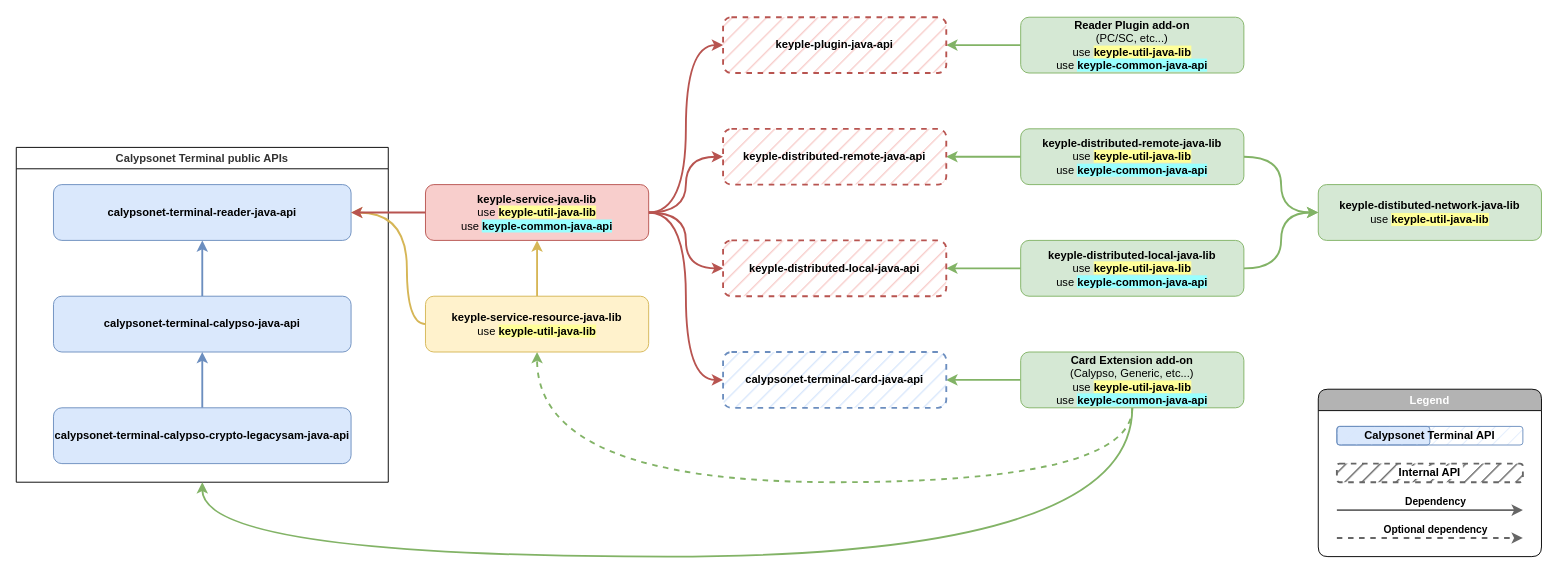
Above: static/media/learn/developer-guide/component-dependencies/component_dependencies_overview.drawio in eclipse-keyple/keyple-website (draw.io), before the change. Source tidied: cells renumbered, new cells numbered last; positions are measured from the earlier drawing's top-left corner, leaving out a move shared by most shapes. Both pictures are drawn from the tidied source at 93%, with x=0, y=0 at pixel (16, 17).
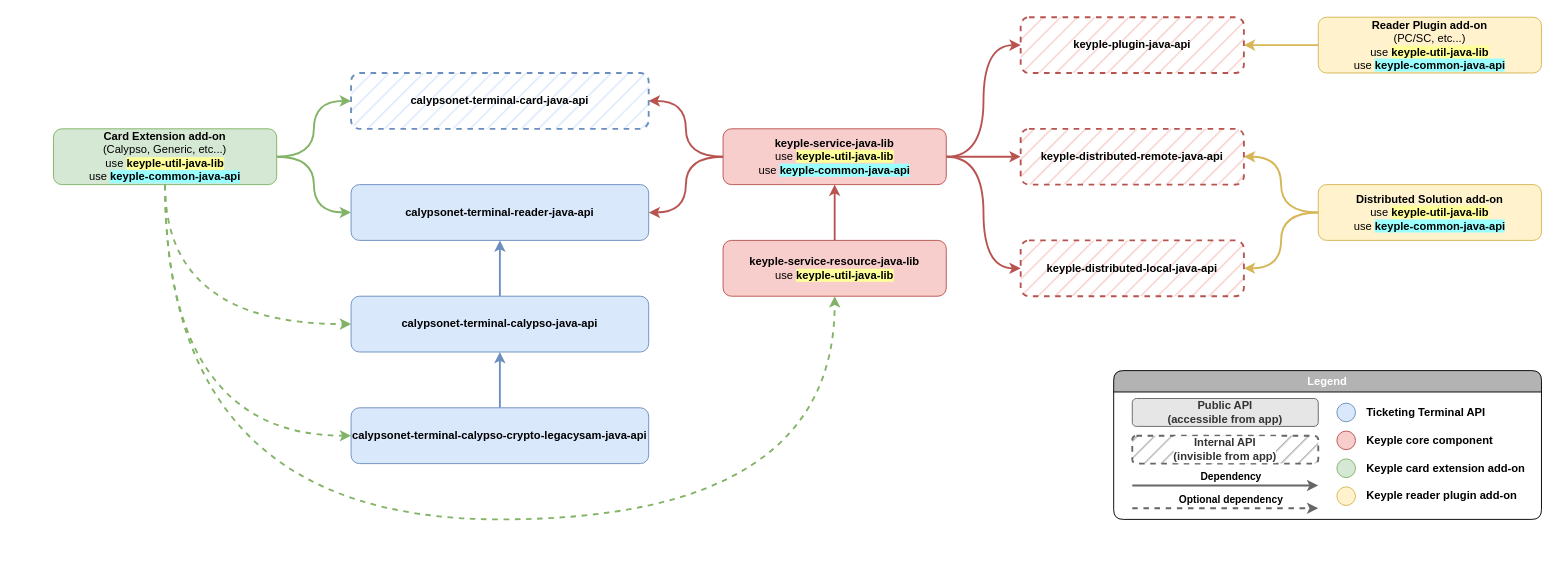
After the change.

Change to the diagram source:
```diff
@@
-    <mxCell id="2" value="Calypsonet Terminal public APIs" style="swimlane;whiteSpace=wrap;html=1;fillColor=none;fontColor=#333333;strokeColor=#000000;fillStyle=auto;swimlaneFillColor=none;" parent="1" vertex="1">
-      <mxGeometry y="140" width="400" height="360" as="geometry" />
-    </mxCell>
-    <mxCell id="3" style="edgeStyle=orthogonalEdgeStyle;rounded=0;orthogonalLoop=1;jettySize=auto;html=1;exitX=0;exitY=0.5;exitDx=0;exitDy=0;entryX=1;entryY=0.5;entryDx=0;entryDy=0;fillColor=#dae8fc;strokeColor=#6c8ebf;strokeWidth=2;" parent="2" edge="1">
-      <mxGeometry relative="1" as="geometry">
-        <mxPoint x="293" y="150" as="targetPoint" />
-      </mxGeometry>
-    </mxCell>
-    <mxCell id="4" style="edgeStyle=orthogonalEdgeStyle;orthogonalLoop=1;jettySize=auto;html=1;entryX=1;entryY=0.5;entryDx=0;entryDy=0;exitX=0.5;exitY=0;exitDx=0;exitDy=0;curved=1;fillColor=#dae8fc;strokeColor=#6c8ebf;strokeWidth=2;" parent="2" edge="1">
-      <mxGeometry relative="1" as="geometry">
-        <mxPoint x="136" y="70" as="targetPoint" />
-      </mxGeometry>
-    </mxCell>
-    <mxCell id="5" style="edgeStyle=orthogonalEdgeStyle;orthogonalLoop=1;jettySize=auto;html=1;entryX=0.75;entryY=1;entryDx=0;entryDy=0;curved=1;fillColor=#dae8fc;strokeColor=#6c8ebf;strokeWidth=2;" parent="2" edge="1">
-      <mxGeometry relative="1" as="geometry">
-        <mxPoint x="106" y="100" as="targetPoint" />
-      </mxGeometry>
-    </mxCell>
-    <mxCell id="6" value="calypsonet-terminal-reader-java-api" style="rounded=1;whiteSpace=wrap;html=1;fillColor=#dae8fc;strokeColor=#6c8ebf;fontStyle=1;" parent="2" vertex="1">
-      <mxGeometry x="40" y="40" width="320" height="60" as="geometry" />
-    </mxCell>
-    <mxCell id="7" style="edgeStyle=orthogonalEdgeStyle;curved=1;jettySize=auto;html=1;exitX=0.5;exitY=0;exitDx=0;exitDy=0;entryX=0.5;entryY=1;entryDx=0;entryDy=0;strokeWidth=2;fillColor=#dae8fc;strokeColor=#6c8ebf;" parent="2" edge="1" source="8" target="6">
-      <mxGeometry relative="1" as="geometry" />
-    </mxCell>
-    <mxCell id="8" value="calypsonet-terminal-calypso-java-api" style="rounded=1;whiteSpace=wrap;html=1;fillColor=#dae8fc;strokeColor=#6c8ebf;fontStyle=1;" parent="2" vertex="1">
-      <mxGeometry x="40" y="160" width="320" height="60" as="geometry" />
-    </mxCell>
-    <mxCell id="9" style="edgeStyle=orthogonalEdgeStyle;curved=1;jettySize=auto;html=1;exitX=0.5;exitY=0;exitDx=0;exitDy=0;entryX=0.5;entryY=1;entryDx=0;entryDy=0;strokeWidth=2;fillColor=#dae8fc;strokeColor=#6c8ebf;" parent="2" edge="1" source="10" target="8">
-      <mxGeometry relative="1" as="geometry" />
-    </mxCell>
-    <mxCell id="10" value="calypsonet-terminal-calypso-crypto-legacysam-java-api" style="rounded=1;whiteSpace=wrap;html=1;fillColor=#dae8fc;strokeColor=#6c8ebf;fontStyle=1;" parent="2" vertex="1">
-      <mxGeometry x="40" y="280" width="320" height="60" as="geometry" />
-    </mxCell>
-    <mxCell id="11" style="edgeStyle=orthogonalEdgeStyle;curved=1;jettySize=auto;html=1;exitX=0;exitY=0.5;exitDx=0;exitDy=0;entryX=1;entryY=0.5;entryDx=0;entryDy=0;strokeWidth=2;fillColor=#d5e8d4;strokeColor=#82b366;" parent="1" edge="1" source="12" target="34">
+    <mxCell id="11" style="edgeStyle=orthogonalEdgeStyle;curved=1;jettySize=auto;html=1;exitX=0;exitY=0.5;exitDx=0;exitDy=0;entryX=1;entryY=0.5;entryDx=0;entryDy=0;strokeWidth=2;fillColor=#fff2cc;strokeColor=#d6b656;" parent="1" edge="1" source="12" target="34">
       <mxGeometry relative="1" as="geometry" />
     </mxCell>
-    <mxCell id="12" value="&lt;b&gt;Reader Plugin add-on&lt;/b&gt;&lt;br&gt;(PC/SC, etc...)&lt;br&gt;use &lt;b style=&quot;background-color: rgb(255, 255, 153);&quot;&gt;keyple-util-java-lib&lt;/b&gt;&lt;br&gt;use &lt;b style=&quot;background-color: rgb(153, 255, 255);&quot;&gt;keyple-common-java-api&lt;/b&gt;" style="rounded=1;whiteSpace=wrap;html=1;fillColor=#d5e8d4;strokeColor=#82b366;fontStyle=0;" parent="1" vertex="1">
-      <mxGeometry x="1080" width="240" height="60" as="geometry" />
+    <mxCell id="12" value="&lt;b&gt;Reader Plugin add-on&lt;/b&gt;&lt;br&gt;(PC/SC, etc...)&lt;br&gt;use &lt;b style=&quot;background-color: rgb(255, 255, 153);&quot;&gt;keyple-util-java-lib&lt;/b&gt;&lt;br&gt;use &lt;b style=&quot;background-color: rgb(153, 255, 255);&quot;&gt;keyple-common-java-api&lt;/b&gt;" style="rounded=1;whiteSpace=wrap;html=1;fillColor=#fff2cc;strokeColor=#d6b656;fontStyle=0;" parent="1" vertex="1">
+      <mxGeometry x="1400" width="240" height="60" as="geometry" />
     </mxCell>
-    <mxCell id="13" style="edgeStyle=orthogonalEdgeStyle;curved=1;jettySize=auto;html=1;exitX=0;exitY=0.5;exitDx=0;exitDy=0;entryX=1;entryY=0.5;entryDx=0;entryDy=0;strokeWidth=2;fillColor=#d5e8d4;strokeColor=#82b366;" parent="1" edge="1" source="16" target="33">
-      <mxGeometry relative="1" as="geometry" />
-    </mxCell>
-    <mxCell id="14" style="edgeStyle=orthogonalEdgeStyle;curved=1;jettySize=auto;html=1;exitX=0.5;exitY=1;exitDx=0;exitDy=0;entryX=0.5;entryY=1;entryDx=0;entryDy=0;strokeWidth=2;fillColor=#d5e8d4;strokeColor=#82b366;dashed=1;" parent="1" edge="1" source="16" target="19">
-      <mxGeometry relative="1" as="geometry">
-        <Array as="points">
-          <mxPoint x="1200" y="500" />
-          <mxPoint x="560" y="500" />
-        </Array>
-      </mxGeometry>
-    </mxCell>
-    <mxCell id="15" style="edgeStyle=orthogonalEdgeStyle;curved=1;jettySize=auto;html=1;exitX=0.5;exitY=1;exitDx=0;exitDy=0;entryX=0.5;entryY=1;entryDx=0;entryDy=0;strokeWidth=2;fillColor=#d5e8d4;strokeColor=#82b366;" parent="1" edge="1" source="16" target="2">
-      <mxGeometry relative="1" as="geometry">
-        <Array as="points">
-          <mxPoint x="1200" y="580" />
-          <mxPoint x="200" y="580" />
-        </Array>
-      </mxGeometry>
-    </mxCell>
-    <mxCell id="16" value="&lt;b&gt;Card Extension add-on&lt;/b&gt;&lt;br&gt;(Calypso, Generic, etc...)&lt;br&gt;use &lt;b style=&quot;background-color: rgb(255, 255, 153);&quot;&gt;keyple-util-java-lib&lt;/b&gt;&lt;br&gt;use &lt;b style=&quot;background-color: rgb(153, 255, 255);&quot;&gt;keyple-common-java-api&lt;/b&gt;" style="rounded=1;whiteSpace=wrap;html=1;fillColor=#d5e8d4;strokeColor=#82b366;fontStyle=0;" parent="1" vertex="1">
-      <mxGeometry x="1080" y="360" width="240" height="60" as="geometry" />
-    </mxCell>
-    <mxCell id="17" style="edgeStyle=orthogonalEdgeStyle;jettySize=auto;html=1;exitX=0.5;exitY=0;exitDx=0;exitDy=0;entryX=0.5;entryY=1;entryDx=0;entryDy=0;strokeWidth=2;fillColor=#fff2cc;strokeColor=#d6b656;curved=1;" parent="1" edge="1" source="19" target="25">
+    <mxCell id="17" style="edgeStyle=orthogonalEdgeStyle;jettySize=auto;html=1;exitX=0.5;exitY=0;exitDx=0;exitDy=0;entryX=0.5;entryY=1;entryDx=0;entryDy=0;strokeWidth=2;fillColor=#f8cecc;strokeColor=#b85450;curved=1;" parent="1" edge="1" source="19" target="25">
       <mxGeometry relative="1" as="geometry" />
     </mxCell>
-    <mxCell id="18" style="edgeStyle=orthogonalEdgeStyle;curved=1;jettySize=auto;html=1;exitX=0;exitY=0.5;exitDx=0;exitDy=0;entryX=1;entryY=0.5;entryDx=0;entryDy=0;strokeWidth=2;fillColor=#fff2cc;strokeColor=#d6b656;" parent="1" edge="1" source="19" target="6">
-      <mxGeometry relative="1" as="geometry">
-        <Array as="points">
-          <mxPoint x="420" y="330" />
-          <mxPoint x="420" y="210" />
-        </Array>
-      </mxGeometry>
-    </mxCell>
-    <mxCell id="19" value="&lt;b&gt;keyple-service-resource-java-lib&lt;/b&gt;&lt;br&gt;use &lt;b style=&quot;background-color: rgb(255, 255, 153);&quot;&gt;keyple-util-java-lib&lt;/b&gt;" style="rounded=1;whiteSpace=wrap;html=1;fillColor=#fff2cc;strokeColor=#d6b656;fontStyle=0;" parent="1" vertex="1">
-      <mxGeometry x="440" y="300" width="240" height="60" as="geometry" />
+    <mxCell id="19" value="&lt;b&gt;keyple-service-resource-java-lib&lt;/b&gt;&lt;br&gt;use &lt;b style=&quot;background-color: rgb(255, 255, 153);&quot;&gt;keyple-util-java-lib&lt;/b&gt;" style="rounded=1;whiteSpace=wrap;html=1;fillColor=#f8cecc;strokeColor=#b85450;fontStyle=0;" parent="1" vertex="1">
+      <mxGeometry x="760" y="240" width="240" height="60" as="geometry" />
     </mxCell>
-    <mxCell id="20" style="edgeStyle=orthogonalEdgeStyle;jettySize=auto;html=1;exitX=0;exitY=0.5;exitDx=0;exitDy=0;entryX=1;entryY=0.5;entryDx=0;entryDy=0;fillColor=#f8cecc;strokeColor=#b85450;strokeWidth=2;curved=1;" parent="1" edge="1" source="25" target="6">
-      <mxGeometry relative="1" as="geometry" />
-    </mxCell>
@@
-    <mxCell id="24" style="edgeStyle=orthogonalEdgeStyle;curved=1;jettySize=auto;html=1;exitX=1;exitY=0.5;exitDx=0;exitDy=0;entryX=0;entryY=0.5;entryDx=0;entryDy=0;strokeWidth=2;fillColor=#f8cecc;strokeColor=#b85450;" parent="1" edge="1" source="25" target="33">
+    <mxCell id="24" style="edgeStyle=orthogonalEdgeStyle;curved=1;jettySize=auto;html=1;exitX=0;exitY=0.5;exitDx=0;exitDy=0;entryX=1;entryY=0.5;entryDx=0;entryDy=0;strokeWidth=2;fillColor=#f8cecc;strokeColor=#b85450;" parent="1" edge="1" source="25" target="33">
       <mxGeometry relative="1" as="geometry" />
     </mxCell>
+    <mxCell id="20" style="edgeStyle=orthogonalEdgeStyle;curved=1;jettySize=auto;html=1;exitX=0;exitY=0.5;exitDx=0;exitDy=0;entryX=1;entryY=0.5;entryDx=0;entryDy=0;strokeWidth=2;fillColor=#f8cecc;strokeColor=#b85450;" parent="1" edge="1" source="25" target="6">
+      <mxGeometry relative="1" as="geometry" />
+    </mxCell>
     <mxCell id="25" value="&lt;b&gt;keyple-service-java-lib&lt;/b&gt;&lt;br&gt;use &lt;b style=&quot;background-color: rgb(255, 255, 153);&quot;&gt;keyple-util-java-lib&lt;/b&gt;&lt;br&gt;use &lt;b style=&quot;background-color: rgb(153, 255, 255);&quot;&gt;keyple-common-java-api&lt;/b&gt;" style="rounded=1;whiteSpace=wrap;html=1;fillColor=#f8cecc;strokeColor=#b85450;fontStyle=0;" parent="1" vertex="1">
-      <mxGeometry x="440" y="180" width="240" height="60" as="geometry" />
+      <mxGeometry x="760" y="120" width="240" height="60" as="geometry" />
     </mxCell>
-    <mxCell id="26" value="&lt;b&gt;keyple-distibuted-network-java-lib&lt;/b&gt;&lt;br&gt;use &lt;b style=&quot;background-color: rgb(255, 255, 153);&quot;&gt;keyple-util-java-lib&lt;/b&gt;" style="rounded=1;whiteSpace=wrap;html=1;fillColor=#d5e8d4;strokeColor=#82b366;fontStyle=0;" parent="1" vertex="1">
-      <mxGeometry x="1400" y="180" width="240" height="60" as="geometry" />
-    </mxCell>
-    <mxCell id="27" style="edgeStyle=orthogonalEdgeStyle;curved=1;jettySize=auto;html=1;exitX=0;exitY=0.5;exitDx=0;exitDy=0;entryX=1;entryY=0.5;entryDx=0;entryDy=0;strokeWidth=2;fillColor=#d5e8d4;strokeColor=#82b366;" parent="1" edge="1" source="29" target="36">
-      <mxGeometry relative="1" as="geometry" />
-    </mxCell>
-    <mxCell id="28" style="edgeStyle=orthogonalEdgeStyle;curved=1;jettySize=auto;html=1;exitX=1;exitY=0.5;exitDx=0;exitDy=0;entryX=0;entryY=0.5;entryDx=0;entryDy=0;strokeWidth=2;fillColor=#d5e8d4;strokeColor=#82b366;" parent="1" edge="1" source="29" target="26">
-      <mxGeometry relative="1" as="geometry" />
-    </mxCell>
-    <mxCell id="29" value="&lt;b&gt;keyple-distributed-local-java-lib&lt;/b&gt;&lt;br&gt;use &lt;b style=&quot;background-color: rgb(255, 255, 153);&quot;&gt;keyple-util-java-lib&lt;/b&gt;&lt;br&gt;use &lt;b style=&quot;background-color: rgb(153, 255, 255);&quot;&gt;keyple-common-java-api&lt;/b&gt;" style="rounded=1;whiteSpace=wrap;html=1;fillColor=#d5e8d4;strokeColor=#82b366;fontStyle=0;" parent="1" vertex="1">
-      <mxGeometry x="1080" y="240" width="240" height="60" as="geometry" />
-    </mxCell>
-    <mxCell id="30" style="edgeStyle=orthogonalEdgeStyle;curved=1;jettySize=auto;html=1;exitX=0;exitY=0.5;exitDx=0;exitDy=0;entryX=1;entryY=0.5;entryDx=0;entryDy=0;strokeWidth=2;fillColor=#d5e8d4;strokeColor=#82b366;" parent="1" edge="1" source="32" target="35">
+    <mxCell id="30" style="edgeStyle=orthogonalEdgeStyle;curved=1;jettySize=auto;html=1;exitX=0;exitY=0.5;exitDx=0;exitDy=0;entryX=1;entryY=0.5;entryDx=0;entryDy=0;strokeWidth=2;fillColor=#fff2cc;strokeColor=#d6b656;" parent="1" edge="1" source="32" target="35">
       <mxGeometry relative="1" as="geometry" />
     </mxCell>
-    <mxCell id="31" style="edgeStyle=orthogonalEdgeStyle;curved=1;jettySize=auto;html=1;exitX=1;exitY=0.5;exitDx=0;exitDy=0;entryX=0;entryY=0.5;entryDx=0;entryDy=0;strokeWidth=2;fillColor=#d5e8d4;strokeColor=#82b366;" parent="1" edge="1" source="32" target="26">
-      <mxGeometry relative="1" as="geometry" />
-    </mxCell>
+    <mxCell id="45" style="edgeStyle=orthogonalEdgeStyle;jettySize=auto;html=1;exitX=0;exitY=0.5;exitDx=0;exitDy=0;entryX=1;entryY=0.5;entryDx=0;entryDy=0;curved=1;fillColor=#fff2cc;strokeColor=#d6b656;strokeWidth=2;" parent="1" edge="1" source="32" target="36">
+      <mxGeometry relative="1" as="geometry" />
+    </mxCell>
-    <mxCell id="32" value="&lt;b&gt;keyple-distributed-remote-java-lib&lt;/b&gt;&lt;br&gt;use &lt;b style=&quot;background-color: rgb(255, 255, 153);&quot;&gt;keyple-util-java-lib&lt;/b&gt;&lt;br&gt;use &lt;b style=&quot;background-color: rgb(153, 255, 255);&quot;&gt;keyple-common-java-api&lt;/b&gt;" style="rounded=1;whiteSpace=wrap;html=1;fillColor=#d5e8d4;strokeColor=#82b366;fontStyle=0;" parent="1" vertex="1">
-      <mxGeometry x="1080" y="120" width="240" height="60" as="geometry" />
+    <mxCell id="32" value="&lt;b&gt;Distributed Solution add-on&lt;/b&gt;&lt;br&gt;use &lt;b style=&quot;background-color: rgb(255, 255, 153);&quot;&gt;keyple-util-java-lib&lt;/b&gt;&lt;br&gt;use &lt;b style=&quot;background-color: rgb(153, 255, 255);&quot;&gt;keyple-common-java-api&lt;/b&gt;" style="rounded=1;whiteSpace=wrap;html=1;fillColor=#fff2cc;strokeColor=#d6b656;fontStyle=0;" parent="1" vertex="1">
+      <mxGeometry x="1400" y="180" width="240" height="60" as="geometry" />
     </mxCell>
-    <mxCell id="33" value="calypsonet-terminal-card-java-api" style="rounded=1;whiteSpace=wrap;html=1;fillColor=#dae8fc;strokeColor=#6c8ebf;fontStyle=1;dashed=1;fillStyle=hatch;gradientColor=none;strokeWidth=2;" parent="1" vertex="1">
-      <mxGeometry x="760" y="360" width="240" height="60" as="geometry" />
-    </mxCell>
     <mxCell id="34" value="keyple-plugin-java-api" style="rounded=1;whiteSpace=wrap;html=1;fillColor=#f8cecc;strokeColor=#b85450;fontStyle=1;dashed=1;fillStyle=hatch;glass=0;shadow=0;perimeterSpacing=0;strokeWidth=2;" parent="1" vertex="1">
-      <mxGeometry x="760" width="240" height="60" as="geometry" />
+      <mxGeometry x="1080" width="240" height="60" as="geometry" />
     </mxCell>
     <mxCell id="35" value="keyple-distributed-remote-java-api" style="rounded=1;whiteSpace=wrap;html=1;fillColor=#f8cecc;strokeColor=#b85450;fontStyle=1;dashed=1;strokeWidth=2;fillStyle=hatch;" parent="1" vertex="1">
-      <mxGeometry x="760" y="120" width="240" height="60" as="geometry" />
+      <mxGeometry x="1080" y="120" width="240" height="60" as="geometry" />
     </mxCell>
     <mxCell id="36" value="keyple-distributed-local-java-api" style="rounded=1;whiteSpace=wrap;html=1;fillColor=#f8cecc;strokeColor=#b85450;fontStyle=1;dashed=1;strokeWidth=2;fillStyle=hatch;" parent="1" vertex="1">
-      <mxGeometry x="760" y="240" width="240" height="60" as="geometry" />
+      <mxGeometry x="1080" y="240" width="240" height="60" as="geometry" />
     </mxCell>
     <mxCell id="37" value="Legend" style="swimlane;whiteSpace=wrap;html=1;shadow=0;glass=0;labelBackgroundColor=#B3B3B3;fillStyle=auto;strokeWidth=1;fillColor=#B3B3B3;gradientColor=none;rounded=1;swimlaneFillColor=none;swimlaneLine=1;fontColor=#FFFFFF;" parent="1" vertex="1">
-      <mxGeometry x="1400" y="400" width="240" height="180" as="geometry" />
+      <mxGeometry x="1180" y="380" width="460" height="160" as="geometry" />
     </mxCell>
-    <mxCell id="38" style="rounded=1;whiteSpace=wrap;html=1;fillColor=#dae8fc;strokeColor=#6c8ebf;fontStyle=1;" parent="37" vertex="1">
-      <mxGeometry x="20" y="40" width="100" height="20" as="geometry" />
-    </mxCell>
-    <mxCell id="39" value="Calypsonet Terminal API" style="rounded=1;whiteSpace=wrap;html=1;fillColor=#dae8fc;strokeColor=#6c8ebf;fontStyle=1;strokeWidth=1;fillStyle=hatch;" parent="37" vertex="1">
-      <mxGeometry x="20" y="40" width="200" height="20" as="geometry" />
-    </mxCell>
     <mxCell id="40" style="endArrow=classic;html=1;strokeWidth=2;curved=1;strokeColor=#666666;" parent="37" edge="1">
       <mxGeometry relative="1" as="geometry">
-        <mxPoint x="20" y="130" as="sourcePoint" />
-        <mxPoint x="220" y="130" as="targetPoint" />
+        <mxPoint x="20" y="123.5" as="sourcePoint" />
+        <mxPoint x="220" y="123.5" as="targetPoint" />
       </mxGeometry>
     </mxCell>
@@
+    <mxCell id="46" value="Public API&lt;br&gt;(accessible from app)" style="rounded=1;whiteSpace=wrap;html=1;fillColor=#E6E6E6;strokeColor=#666666;fontStyle=1;strokeWidth=1;fillStyle=auto;fontColor=#333333;gradientColor=none;labelBackgroundColor=none;" parent="37" vertex="1">
+      <mxGeometry x="20" y="30" width="200" height="30" as="geometry" />
+    </mxCell>
+    <mxCell id="47" value="Internal API&lt;br&gt;(invisible from app)" style="rounded=1;whiteSpace=wrap;html=1;fillColor=#B3B3B3;strokeColor=#666666;fontStyle=1;strokeWidth=2;fillStyle=hatch;fontColor=#333333;gradientColor=none;dashed=1;labelBackgroundColor=default;" parent="37" vertex="1">
+      <mxGeometry x="20" y="70" width="200" height="30" as="geometry" />
+    </mxCell>
+    <mxCell id="48" style="ellipse;whiteSpace=wrap;html=1;fillColor=#dae8fc;strokeColor=#6c8ebf;strokeWidth=1;" parent="37" vertex="1">
+      <mxGeometry x="240" y="35" width="20" height="20" as="geometry" />
+    </mxCell>
+    <mxCell id="49" value="Ticketing Terminal API" style="text;html=1;strokeColor=none;fillColor=none;align=left;verticalAlign=middle;whiteSpace=wrap;rounded=0;strokeWidth=1;fontStyle=1;" parent="37" vertex="1">
+      <mxGeometry x="270" y="30" width="180" height="30" as="geometry" />
+    </mxCell>
+    <mxCell id="50" style="ellipse;whiteSpace=wrap;html=1;fillColor=#f8cecc;strokeColor=#b85450;strokeWidth=1;" parent="37" vertex="1">
+      <mxGeometry x="240" y="65" width="20" height="20" as="geometry" />
+    </mxCell>
+    <mxCell id="51" value="Keyple core component" style="text;html=1;strokeColor=none;fillColor=none;align=left;verticalAlign=middle;whiteSpace=wrap;rounded=0;strokeWidth=1;fontStyle=1;" parent="37" vertex="1">
+      <mxGeometry x="270" y="60" width="180" height="30" as="geometry" />
+    </mxCell>
+    <mxCell id="52" style="ellipse;whiteSpace=wrap;html=1;fillColor=#d5e8d4;strokeColor=#82b366;strokeWidth=1;" parent="37" vertex="1">
+      <mxGeometry x="240" y="95" width="20" height="20" as="geometry" />
+    </mxCell>
+    <mxCell id="53" value="Keyple card extension add-on" style="text;html=1;strokeColor=none;fillColor=none;align=left;verticalAlign=middle;whiteSpace=wrap;rounded=0;strokeWidth=1;fontStyle=1;" parent="37" vertex="1">
+      <mxGeometry x="270" y="90" width="180" height="30" as="geometry" />
+    </mxCell>
+    <mxCell id="54" style="ellipse;whiteSpace=wrap;html=1;fillColor=#fff2cc;strokeColor=#d6b656;strokeWidth=1;" parent="37" vertex="1">
+      <mxGeometry x="240" y="125" width="20" height="20" as="geometry" />
+    </mxCell>
+    <mxCell id="55" value="Keyple reader plugin add-on" style="text;html=1;strokeColor=none;fillColor=none;align=left;verticalAlign=middle;whiteSpace=wrap;rounded=0;strokeWidth=1;fontStyle=1;" parent="37" vertex="1">
+      <mxGeometry x="270" y="120" width="180" height="30" as="geometry" />
+    </mxCell>
     <mxCell id="42" style="endArrow=classic;html=1;strokeWidth=2;curved=1;dashed=1;strokeColor=#666666;" parent="37" edge="1">
       <mxGeometry relative="1" as="geometry">
-        <mxPoint x="20" y="160" as="sourcePoint" />
-        <mxPoint x="220" y="160" as="targetPoint" />
+        <mxPoint x="20" y="148" as="sourcePoint" />
+        <mxPoint x="220" y="148" as="targetPoint" />
       </mxGeometry>
     </mxCell>
@@
-    <mxCell id="44" value="&lt;span style=&quot;background-color: rgb(255, 255, 255);&quot;&gt;&amp;nbsp;Internal API&amp;nbsp;&lt;/span&gt;" style="rounded=1;whiteSpace=wrap;html=1;fillColor=#666666;strokeColor=#666666;fontStyle=1;dashed=1;strokeWidth=2;fillStyle=hatch;" parent="37" vertex="1">
-      <mxGeometry x="20" y="80" width="200" height="20" as="geometry" />
-    </mxCell>
+    <mxCell id="9" style="edgeStyle=orthogonalEdgeStyle;curved=1;jettySize=auto;html=1;exitX=0.5;exitY=0;exitDx=0;exitDy=0;entryX=0.5;entryY=1;entryDx=0;entryDy=0;strokeWidth=2;fillColor=#dae8fc;strokeColor=#6c8ebf;" parent="1" edge="1" source="10" target="8">
+      <mxGeometry relative="1" as="geometry" />
+    </mxCell>
+    <mxCell id="10" value="calypsonet-terminal-calypso-crypto-legacysam-java-api" style="rounded=1;whiteSpace=wrap;html=1;fillColor=#dae8fc;strokeColor=#6c8ebf;fontStyle=1;" parent="1" vertex="1">
+      <mxGeometry x="360" y="420" width="320" height="60" as="geometry" />
+    </mxCell>
+    <mxCell id="7" style="edgeStyle=orthogonalEdgeStyle;curved=1;jettySize=auto;html=1;exitX=0.5;exitY=0;exitDx=0;exitDy=0;entryX=0.5;entryY=1;entryDx=0;entryDy=0;strokeWidth=2;fillColor=#dae8fc;strokeColor=#6c8ebf;" parent="1" edge="1" source="8" target="6">
+      <mxGeometry relative="1" as="geometry" />
+    </mxCell>
+    <mxCell id="8" value="calypsonet-terminal-calypso-java-api" style="rounded=1;whiteSpace=wrap;html=1;fillColor=#dae8fc;strokeColor=#6c8ebf;fontStyle=1;" parent="1" vertex="1">
+      <mxGeometry x="360" y="300" width="320" height="60" as="geometry" />
+    </mxCell>
+    <mxCell id="6" value="calypsonet-terminal-reader-java-api" style="rounded=1;whiteSpace=wrap;html=1;fillColor=#dae8fc;strokeColor=#6c8ebf;fontStyle=1;" parent="1" vertex="1">
+      <mxGeometry x="360" y="180" width="320" height="60" as="geometry" />
+    </mxCell>
+    <mxCell id="33" value="calypsonet-terminal-card-java-api" style="rounded=1;whiteSpace=wrap;html=1;fillColor=#dae8fc;strokeColor=#6c8ebf;fontStyle=1;dashed=1;fillStyle=hatch;gradientColor=none;strokeWidth=2;" parent="1" vertex="1">
+      <mxGeometry x="360" y="60" width="320" height="60" as="geometry" />
+    </mxCell>
+    <mxCell id="13" style="edgeStyle=orthogonalEdgeStyle;curved=1;jettySize=auto;html=1;exitX=1;exitY=0.5;exitDx=0;exitDy=0;entryX=0;entryY=0.5;entryDx=0;entryDy=0;strokeWidth=2;fillColor=#d5e8d4;strokeColor=#82b366;" parent="1" edge="1" source="16" target="33">
+      <mxGeometry relative="1" as="geometry" />
+    </mxCell>
+    <mxCell id="56" style="edgeStyle=orthogonalEdgeStyle;curved=1;jettySize=auto;html=1;exitX=1;exitY=0.5;exitDx=0;exitDy=0;entryX=0;entryY=0.5;entryDx=0;entryDy=0;strokeWidth=2;fillColor=#d5e8d4;strokeColor=#82b366;" parent="1" edge="1" source="16" target="6">
+      <mxGeometry relative="1" as="geometry" />
+    </mxCell>
+    <mxCell id="57" style="edgeStyle=orthogonalEdgeStyle;curved=1;jettySize=auto;html=1;exitX=0.5;exitY=1;exitDx=0;exitDy=0;entryX=0;entryY=0.5;entryDx=0;entryDy=0;strokeWidth=2;fillColor=#d5e8d4;strokeColor=#82b366;dashed=1;" parent="1" edge="1" source="16" target="8">
+      <mxGeometry relative="1" as="geometry" />
+    </mxCell>
+    <mxCell id="58" style="edgeStyle=orthogonalEdgeStyle;curved=1;jettySize=auto;html=1;exitX=0.5;exitY=1;exitDx=0;exitDy=0;entryX=0;entryY=0.5;entryDx=0;entryDy=0;dashed=1;strokeWidth=2;fillColor=#d5e8d4;strokeColor=#82b366;" parent="1" edge="1" source="16" target="10">
+      <mxGeometry relative="1" as="geometry" />
+    </mxCell>
+    <mxCell id="14" style="edgeStyle=orthogonalEdgeStyle;curved=1;jettySize=auto;html=1;exitX=0.5;exitY=1;exitDx=0;exitDy=0;entryX=0.5;entryY=1;entryDx=0;entryDy=0;dashed=1;strokeWidth=2;fillColor=#d5e8d4;strokeColor=#82b366;" parent="1" edge="1" source="16" target="19">
+      <mxGeometry relative="1" as="geometry">
+        <Array as="points">
+          <mxPoint x="160" y="540" />
+          <mxPoint x="880" y="540" />
+        </Array>
+      </mxGeometry>
+    </mxCell>
+    <mxCell id="16" value="&lt;b&gt;Card Extension add-on&lt;/b&gt;&lt;br&gt;(Calypso, Generic, etc...)&lt;br&gt;use &lt;b style=&quot;background-color: rgb(255, 255, 153);&quot;&gt;keyple-util-java-lib&lt;/b&gt;&lt;br&gt;use &lt;b style=&quot;background-color: rgb(153, 255, 255);&quot;&gt;keyple-common-java-api&lt;/b&gt;" style="rounded=1;whiteSpace=wrap;html=1;fillColor=#d5e8d4;strokeColor=#82b366;fontStyle=0;" parent="1" vertex="1">
+      <mxGeometry x="40" y="120" width="240" height="60" as="geometry" />
+    </mxCell>
```
